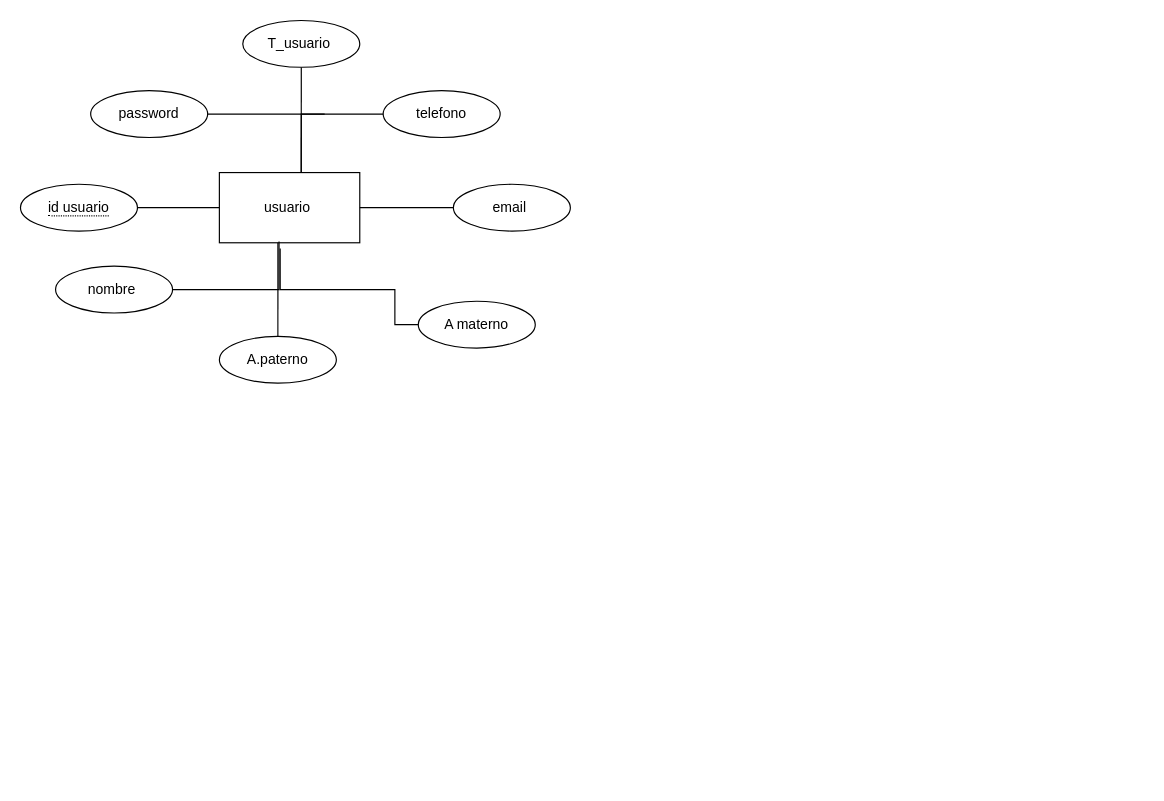
Earlier version of the draw.io diagram page "Entidad relacion" (1 of 2) of Diagrama sin título.drawio (SaulReyesrv/kodecamp). Source tidied: cells renumbered, new cells numbered last; positions are measured from the earlier drawing's top-left corner, leaving out a move shared by most shapes. Both pictures are drawn from the tidied source at 117%, with x=0, y=0 at pixel (20, 20).
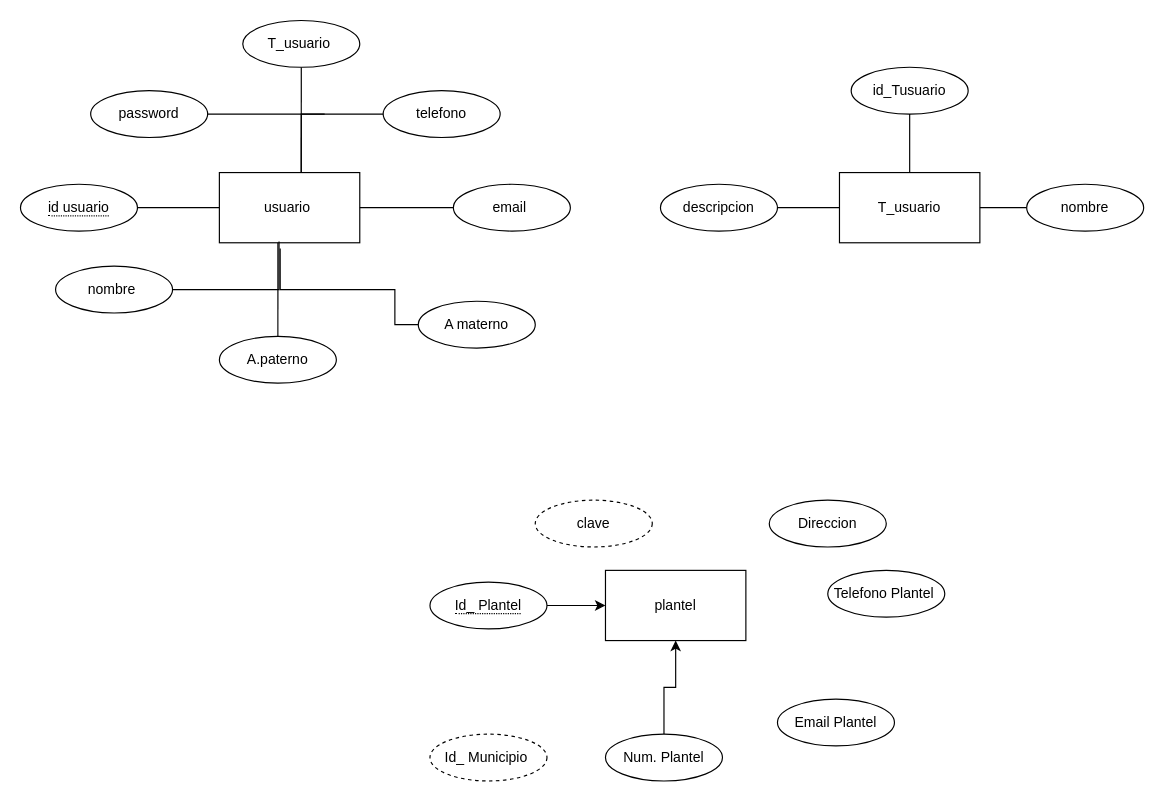
The same diagram, later.

The edit, as a diff of the source:
```diff
@@
+    <mxCell id="20" value="T_usuario" style="rounded=0;whiteSpace=wrap;html=1;" parent="1" vertex="1">
+      <mxGeometry x="700" y="130" width="120" height="60" as="geometry" />
+    </mxCell>
+    <mxCell id="21" style="edgeStyle=orthogonalEdgeStyle;rounded=0;jettySize=auto;html=1;entryX=0.5;entryY=0;entryDx=0;entryDy=0;endArrow=none;endFill=0;" parent="1" edge="1" source="22" target="20">
+      <mxGeometry relative="1" as="geometry" />
+    </mxCell>
+    <mxCell id="22" value="id_Tusuario" style="ellipse;whiteSpace=wrap;html=1;align=center;" parent="1" vertex="1">
+      <mxGeometry x="710" y="40" width="100" height="40" as="geometry" />
+    </mxCell>
+    <mxCell id="23" style="edgeStyle=orthogonalEdgeStyle;rounded=0;jettySize=auto;html=1;endArrow=none;endFill=0;" parent="1" edge="1" source="24" target="20">
+      <mxGeometry relative="1" as="geometry" />
+    </mxCell>
+    <mxCell id="24" value="descripcion" style="ellipse;whiteSpace=wrap;html=1;align=center;" parent="1" vertex="1">
+      <mxGeometry x="547" y="140" width="100" height="40" as="geometry" />
+    </mxCell>
+    <mxCell id="25" style="edgeStyle=orthogonalEdgeStyle;rounded=0;jettySize=auto;html=1;endArrow=none;endFill=0;" parent="1" edge="1" source="26" target="20">
+      <mxGeometry relative="1" as="geometry" />
+    </mxCell>
+    <mxCell id="26" value="nombre" style="ellipse;whiteSpace=wrap;html=1;align=center;" parent="1" vertex="1">
+      <mxGeometry x="860" y="140" width="100" height="40" as="geometry" />
+    </mxCell>
+    <mxCell id="27" value="plantel" style="rounded=0;whiteSpace=wrap;html=1;" parent="1" vertex="1">
+      <mxGeometry x="500" y="470" width="120" height="60" as="geometry" />
+    </mxCell>
+    <mxCell id="28" value="Direccion" style="ellipse;whiteSpace=wrap;html=1;align=center;" parent="1" vertex="1">
+      <mxGeometry x="640" y="410" width="100" height="40" as="geometry" />
+    </mxCell>
+    <mxCell id="29" style="edgeStyle=orthogonalEdgeStyle;rounded=0;jettySize=auto;html=1;entryX=0.5;entryY=1;entryDx=0;entryDy=0;" parent="1" edge="1" source="30" target="27">
+      <mxGeometry relative="1" as="geometry" />
+    </mxCell>
+    <mxCell id="30" value="Num. Plantel" style="ellipse;whiteSpace=wrap;html=1;align=center;" parent="1" vertex="1">
+      <mxGeometry x="500" y="610" width="100" height="40" as="geometry" />
+    </mxCell>
+    <mxCell id="31" value="Email Plantel" style="ellipse;whiteSpace=wrap;html=1;align=center;" parent="1" vertex="1">
+      <mxGeometry x="647" y="580" width="100" height="40" as="geometry" />
+    </mxCell>
+    <mxCell id="32" value="Telefono Plantel&amp;nbsp;" style="ellipse;whiteSpace=wrap;html=1;align=center;" parent="1" vertex="1">
+      <mxGeometry x="690" y="470" width="100" height="40" as="geometry" />
+    </mxCell>
+    <mxCell id="33" value="clave" style="ellipse;whiteSpace=wrap;html=1;align=center;dashed=1;" parent="1" vertex="1">
+      <mxGeometry x="440" y="410" width="100" height="40" as="geometry" />
+    </mxCell>
+    <mxCell id="34" value="Id_ Municipio&amp;nbsp;" style="ellipse;whiteSpace=wrap;html=1;align=center;dashed=1;" parent="1" vertex="1">
+      <mxGeometry x="350" y="610" width="100" height="40" as="geometry" />
+    </mxCell>
+    <mxCell id="35" style="edgeStyle=orthogonalEdgeStyle;rounded=0;jettySize=auto;html=1;" parent="1" edge="1" source="36" target="27">
+      <mxGeometry relative="1" as="geometry" />
+    </mxCell>
+    <mxCell id="36" value="&lt;span style=&quot;border-bottom: 1px dotted&quot;&gt;Id_ Plantel&lt;/span&gt;" style="ellipse;whiteSpace=wrap;html=1;align=center;" parent="1" vertex="1">
+      <mxGeometry x="350" y="480" width="100" height="40" as="geometry" />
+    </mxCell>
```
